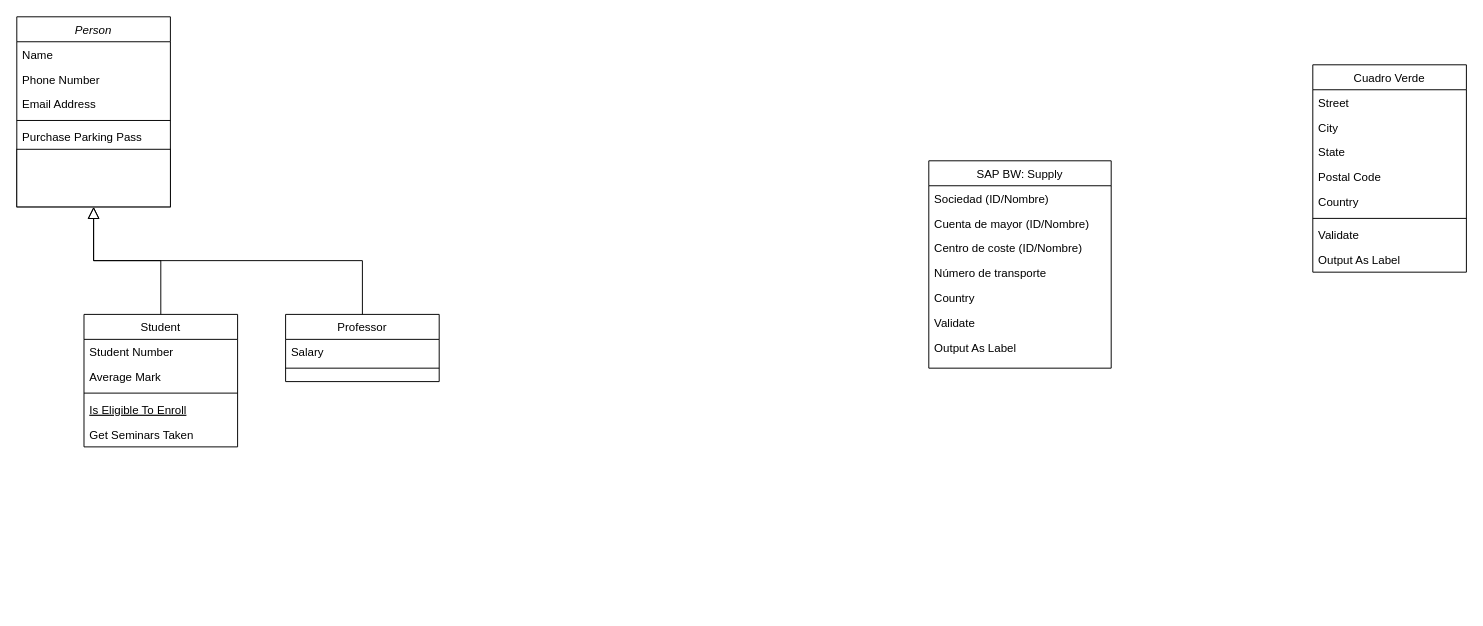
Above: Dataflow general.drawio in hygelinger/testing (draw.io), before the change. Source tidied: cells renumbered, new cells numbered last; positions are measured from the earlier drawing's top-left corner, leaving out a move shared by most shapes. Both pictures are drawn from the tidied source at 96%, with x=0, y=0 at pixel (16, 16).
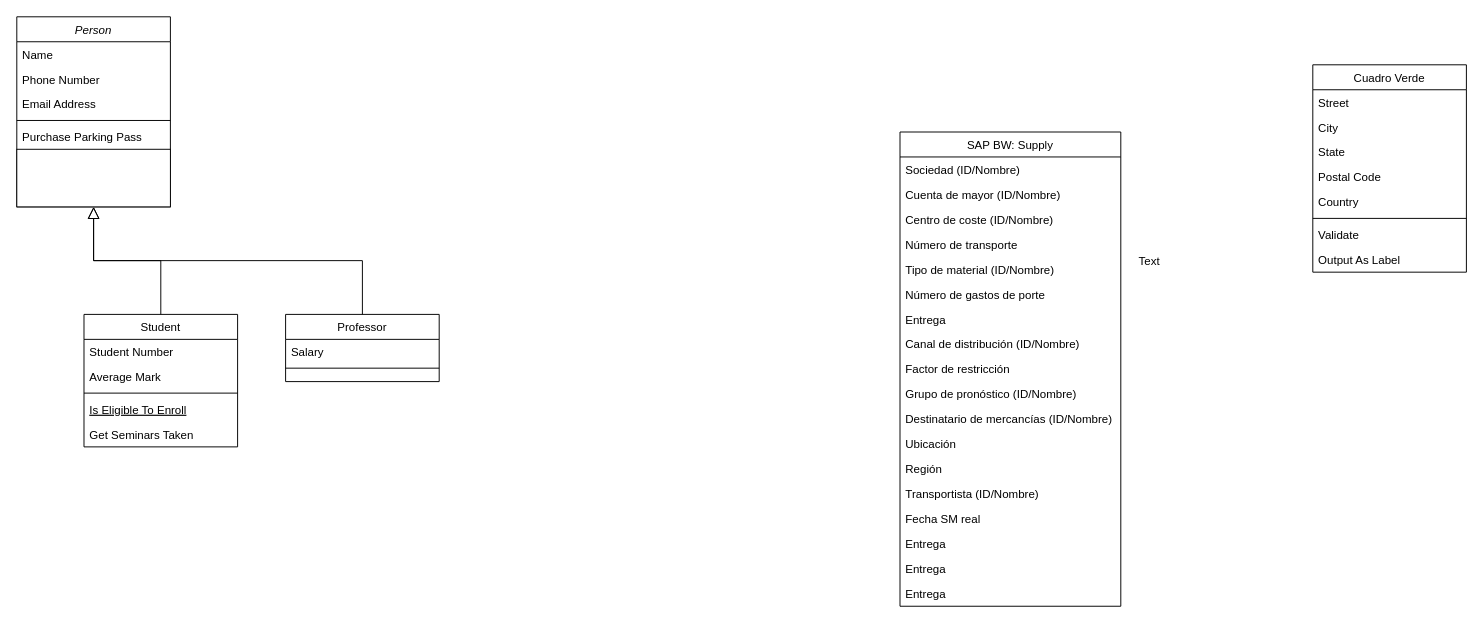
Above is the later version.

The edit, as a diff of the source:
```diff
@@
     <mxCell id="29" value="SAP BW: Supply" style="swimlane;fontStyle=0;align=center;verticalAlign=top;horizontal=1;startSize=26;rounded=0;shadow=0;strokeWidth=1;" parent="1" vertex="1">
-      <mxGeometry x="950" y="150" width="190" height="216" as="geometry" />
+      <mxGeometry x="920" y="120" width="230" height="494" as="geometry" />
     </mxCell>
     <mxCell id="30" value="Sociedad (ID/Nombre)" style="text;align=left;verticalAlign=top;spacingLeft=4;spacingRight=4;overflow=hidden;" parent="29" vertex="1">
-      <mxGeometry y="26" width="190" height="26" as="geometry" />
+      <mxGeometry y="26" width="230" height="26" as="geometry" />
     </mxCell>
     <mxCell id="31" value="Cuenta de mayor (ID/Nombre)" style="text;align=left;verticalAlign=top;spacingLeft=4;spacingRight=4;overflow=hidden;rounded=0;shadow=0;html=0;" parent="29" vertex="1">
-      <mxGeometry y="52" width="190" height="26" as="geometry" />
+      <mxGeometry y="52" width="230" height="26" as="geometry" />
     </mxCell>
     <mxCell id="32" value="Centro de coste (ID/Nombre)" style="text;align=left;verticalAlign=top;spacingLeft=4;spacingRight=4;overflow=hidden;rounded=0;shadow=0;html=0;" parent="29" vertex="1">
-      <mxGeometry y="78" width="190" height="26" as="geometry" />
+      <mxGeometry y="78" width="230" height="26" as="geometry" />
     </mxCell>
     <mxCell id="33" value="Número de transporte" style="text;align=left;verticalAlign=top;spacingLeft=4;spacingRight=4;overflow=hidden;rounded=0;shadow=0;html=0;" parent="29" vertex="1">
-      <mxGeometry y="104" width="190" height="26" as="geometry" />
+      <mxGeometry y="104" width="230" height="26" as="geometry" />
     </mxCell>
-    <mxCell id="34" value="Country" style="text;align=left;verticalAlign=top;spacingLeft=4;spacingRight=4;overflow=hidden;rounded=0;shadow=0;html=0;" parent="29" vertex="1">
-      <mxGeometry y="130" width="190" height="26" as="geometry" />
+    <mxCell id="34" value="Tipo de material (ID/Nombre)" style="text;align=left;verticalAlign=top;spacingLeft=4;spacingRight=4;overflow=hidden;rounded=0;shadow=0;html=0;" parent="29" vertex="1">
+      <mxGeometry y="130" width="230" height="26" as="geometry" />
     </mxCell>
-    <mxCell id="35" value="Validate" style="text;align=left;verticalAlign=top;spacingLeft=4;spacingRight=4;overflow=hidden;" parent="29" vertex="1">
-      <mxGeometry y="156" width="190" height="26" as="geometry" />
+    <mxCell id="35" value="Número de gastos de porte" style="text;align=left;verticalAlign=top;spacingLeft=4;spacingRight=4;overflow=hidden;" parent="29" vertex="1">
+      <mxGeometry y="156" width="230" height="26" as="geometry" />
     </mxCell>
-    <mxCell id="36" value="Output As Label" style="text;align=left;verticalAlign=top;spacingLeft=4;spacingRight=4;overflow=hidden;" parent="29" vertex="1">
-      <mxGeometry y="182" width="190" height="26" as="geometry" />
+    <mxCell id="36" value="Entrega" style="text;align=left;verticalAlign=top;spacingLeft=4;spacingRight=4;overflow=hidden;" parent="29" vertex="1">
+      <mxGeometry y="182" width="230" height="26" as="geometry" />
     </mxCell>
+    <mxCell id="37" value="Canal de distribución (ID/Nombre)" style="text;align=left;verticalAlign=top;spacingLeft=4;spacingRight=4;overflow=hidden;" parent="29" vertex="1">
+      <mxGeometry y="208" width="230" height="26" as="geometry" />
+    </mxCell>
+    <mxCell id="38" value="Factor de restricción" style="text;align=left;verticalAlign=top;spacingLeft=4;spacingRight=4;overflow=hidden;" parent="29" vertex="1">
+      <mxGeometry y="234" width="230" height="26" as="geometry" />
+    </mxCell>
+    <mxCell id="39" value="Grupo de pronóstico (ID/Nombre)" style="text;align=left;verticalAlign=top;spacingLeft=4;spacingRight=4;overflow=hidden;" parent="29" vertex="1">
+      <mxGeometry y="260" width="230" height="26" as="geometry" />
+    </mxCell>
+    <mxCell id="40" value="Destinatario de mercancías (ID/Nombre)" style="text;align=left;verticalAlign=top;spacingLeft=4;spacingRight=4;overflow=hidden;" parent="29" vertex="1">
+      <mxGeometry y="286" width="230" height="26" as="geometry" />
+    </mxCell>
+    <mxCell id="41" value="Ubicación" style="text;align=left;verticalAlign=top;spacingLeft=4;spacingRight=4;overflow=hidden;" parent="29" vertex="1">
+      <mxGeometry y="312" width="230" height="26" as="geometry" />
+    </mxCell>
+    <mxCell id="42" value="Región" style="text;align=left;verticalAlign=top;spacingLeft=4;spacingRight=4;overflow=hidden;" parent="29" vertex="1">
+      <mxGeometry y="338" width="230" height="26" as="geometry" />
+    </mxCell>
+    <mxCell id="43" value="Transportista (ID/Nombre)" style="text;align=left;verticalAlign=top;spacingLeft=4;spacingRight=4;overflow=hidden;" parent="29" vertex="1">
+      <mxGeometry y="364" width="230" height="26" as="geometry" />
+    </mxCell>
+    <mxCell id="44" value="Fecha SM real" style="text;align=left;verticalAlign=top;spacingLeft=4;spacingRight=4;overflow=hidden;" parent="29" vertex="1">
+      <mxGeometry y="390" width="230" height="26" as="geometry" />
+    </mxCell>
+    <mxCell id="45" value="Entrega" style="text;align=left;verticalAlign=top;spacingLeft=4;spacingRight=4;overflow=hidden;" parent="29" vertex="1">
+      <mxGeometry y="416" width="230" height="26" as="geometry" />
+    </mxCell>
+    <mxCell id="46" value="Entrega" style="text;align=left;verticalAlign=top;spacingLeft=4;spacingRight=4;overflow=hidden;" parent="29" vertex="1">
+      <mxGeometry y="442" width="230" height="26" as="geometry" />
+    </mxCell>
+    <mxCell id="47" value="Entrega" style="text;align=left;verticalAlign=top;spacingLeft=4;spacingRight=4;overflow=hidden;" parent="29" vertex="1">
+      <mxGeometry y="468" width="230" height="26" as="geometry" />
+    </mxCell>
+    <mxCell id="48" value="Text" style="text;html=1;strokeColor=none;fillColor=none;align=center;verticalAlign=middle;whiteSpace=wrap;rounded=0;" parent="1" vertex="1">
+      <mxGeometry x="1150" y="240" width="60" height="30" as="geometry" />
+    </mxCell>
```
